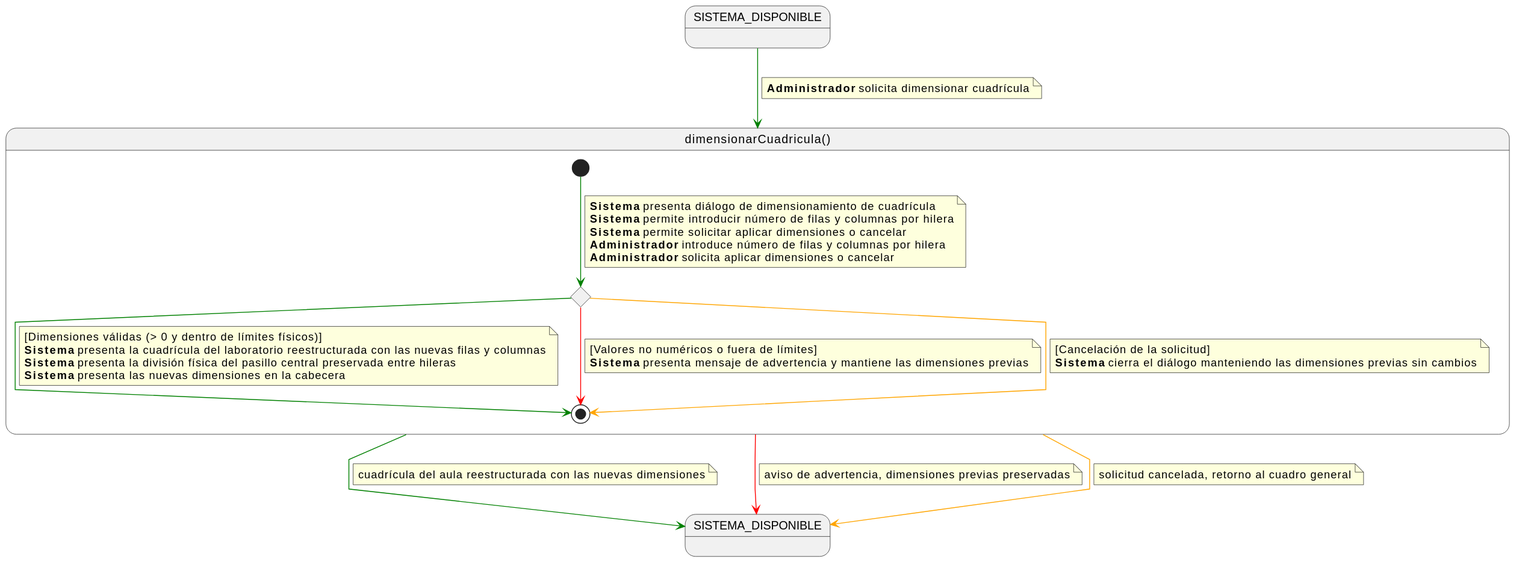
Carlos-Lima2510/mesh-panel keeps this PlantUML diagram as images/01-requisitos/01-detalle-casos-uso/dimensionarCuadricula/especificacion.svg. Above is the earlier version. Source of this version:
```plantuml
@startuml
skinparam linetype polyline

state SISTEMA_DISPONIBLE
state SISTEMA_DISPONIBLE_SALIDA as "SISTEMA_DISPONIBLE"

SISTEMA_DISPONIBLE -[#green]-> dimensionarCuadricula
note on link
<b>Administrador</b> solicita dimensionar cuadrícula
end note

state dimensionarCuadricula as "dimensionarCuadricula()" {

    state c <<choice>>

    [*] -[#green]-> c
    note on link
    <b>Sistema</b> presenta diálogo de dimensionamiento de cuadrícula
    <b>Sistema</b> permite introducir número de filas y columnas por hilera
    <b>Sistema</b> permite solicitar aplicar dimensiones o cancelar
    <b>Administrador</b> introduce número de filas y columnas por hilera
    <b>Administrador</b> solicita aplicar dimensiones o cancelar
    end note

    c -[#green]-> [*]
    note on link
    [Dimensiones válidas (> 0 y dentro de límites físicos)]
    <b>Sistema</b> presenta la cuadrícula del laboratorio reestructurada con las nuevas filas y columnas
    <b>Sistema</b> presenta la división física del pasillo central preservada entre hileras
    <b>Sistema</b> presenta las nuevas dimensiones en la cabecera
    end note

    c -[#red]-> [*]
    note on link
    [Valores no numéricos o fuera de límites]
    <b>Sistema</b> presenta mensaje de advertencia y mantiene las dimensiones previas
    end note

    c -[#orange]-> [*]
    note on link
    [Cancelación de la solicitud]
    <b>Sistema</b> cierra el diálogo manteniendo las dimensiones previas sin cambios
    end note
}

dimensionarCuadricula -[#green]-> SISTEMA_DISPONIBLE_SALIDA
note on link
cuadrícula del aula reestructurada con las nuevas dimensiones
end note

dimensionarCuadricula -[#red]-> SISTEMA_DISPONIBLE_SALIDA
note on link
aviso de advertencia, dimensiones previas preservadas
end note

dimensionarCuadricula -[#orange]-> SISTEMA_DISPONIBLE_SALIDA
note on link
solicitud cancelada, retorno al cuadro general
end note
@enduml
```
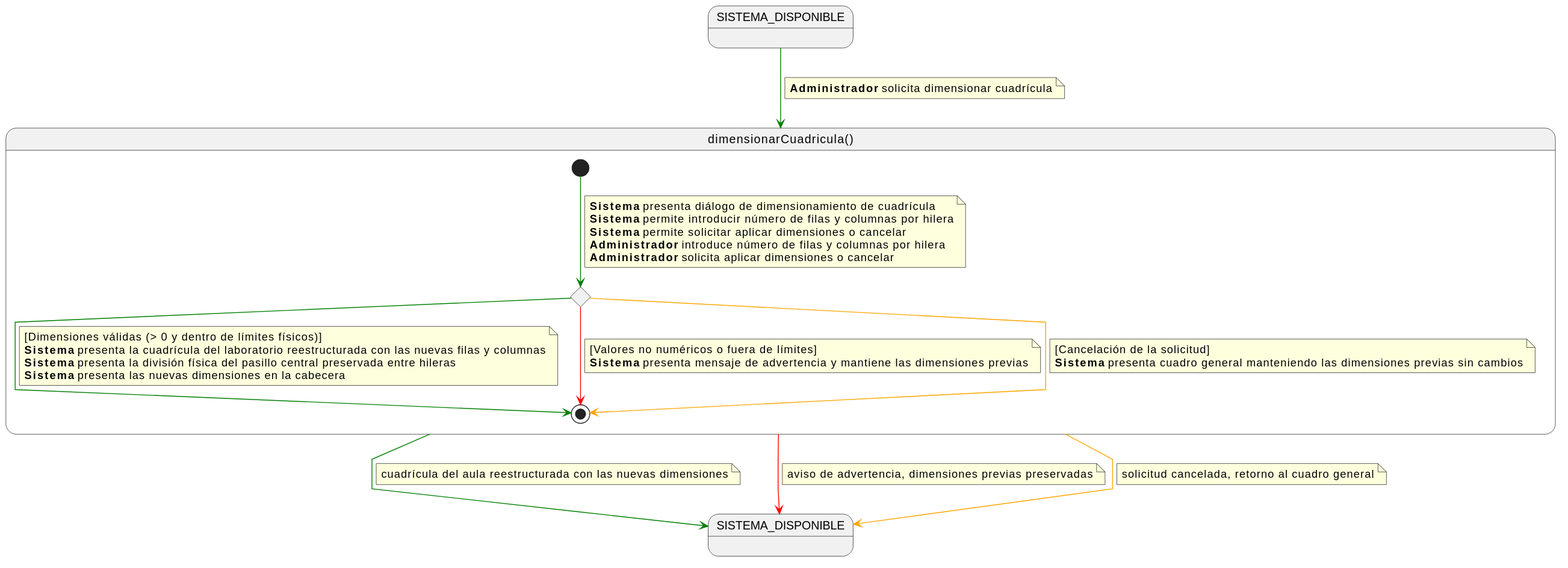
Later version of the same file.

Commit message:
Fix links in documentation and update state diagram for dimensionarCuadricula use case

- Updated link to ADR-002 in README.md to correct relative path.
- Modified note in state diagram to reflect accurate system behavior during cancellation.
- Adjusted dimensions in the SVG representation of the state diagram for better clarity.

Diff of the diagram source:
```diff
@@ -39,7 +39,7 @@
     c -[#orange]-> [*]
     note on link
     [Cancelación de la solicitud]
-    <b>Sistema</b> cierra el diálogo manteniendo las dimensiones previas sin cambios
+    <b>Sistema</b> presenta cuadro general manteniendo las dimensiones previas sin cambios
     end note
 }
 
```
